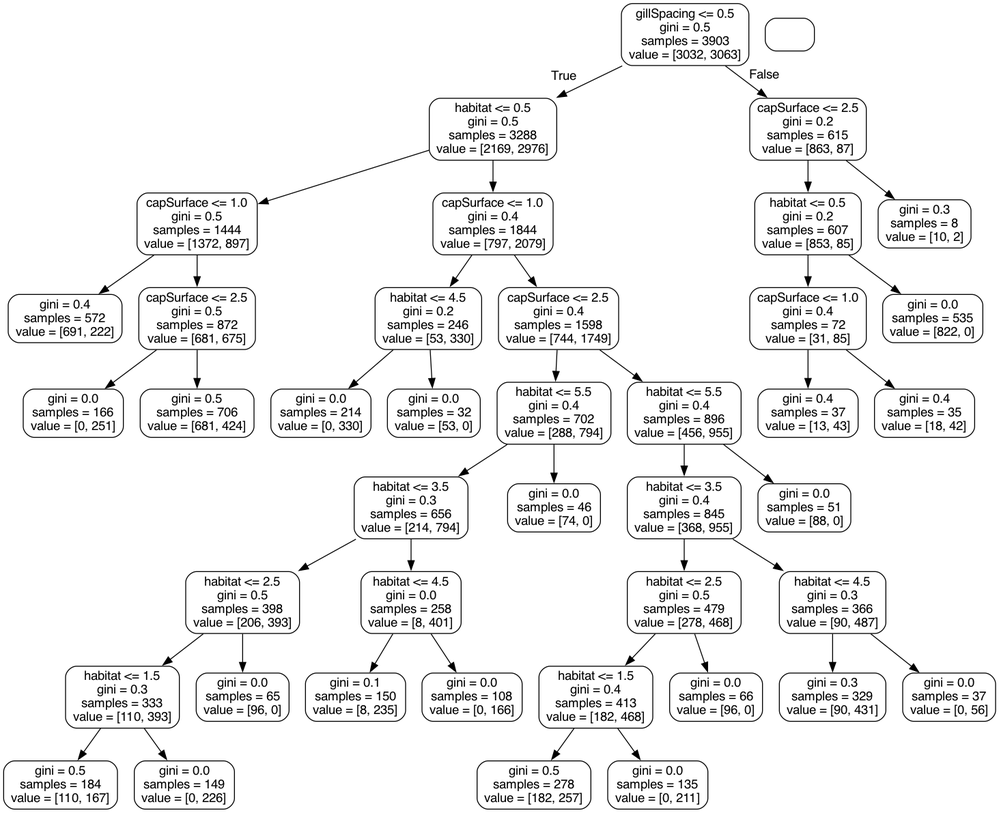
williamhenderson02/ML-Coursework-2022 keeps this Graphviz diagram as Images/tree.png. Above is the earlier version. Its source is kept beside it as tree.dot.
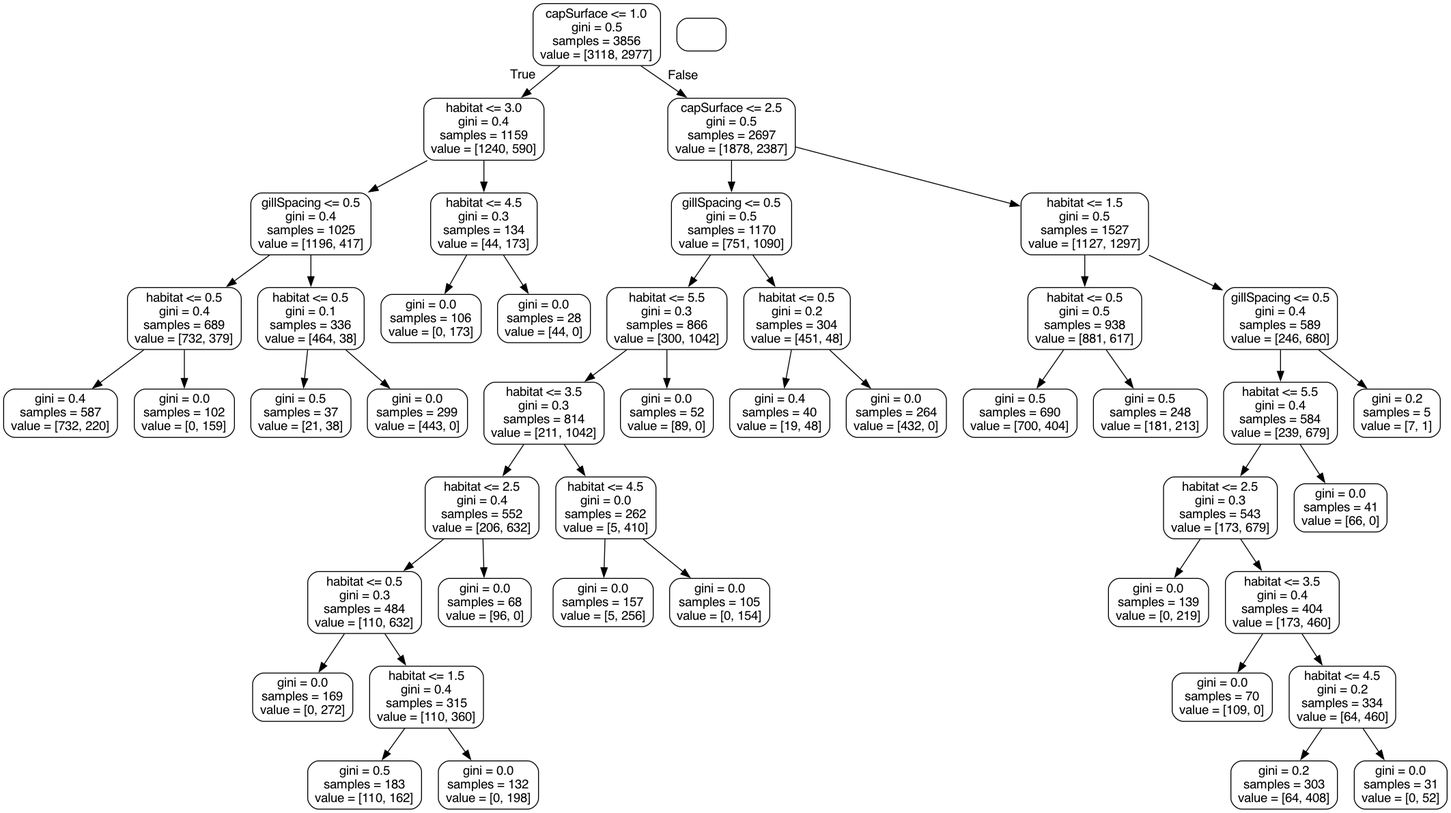
After the commit.

Change to the diagram source:
```diff
@@ -1,85 +1,93 @@
 digraph Tree {
 node [shape=box, style="rounded", color="black", fontname="helvetica"] ;
 edge [fontname="helvetica"] ;
-0 [label="gillSpacing <= 0.5\ngini = 0.5\nsamples = 3903\nvalue = [3032, 3063]"] ;
-1 [label="habitat <= 0.5\ngini = 0.5\nsamples = 3288\nvalue = [2169, 2976]"] ;
+0 [label="capSurface <= 1.0\ngini = 0.5\nsamples = 3856\nvalue = [3118, 2977]"] ;
+1 [label="habitat <= 3.0\ngini = 0.4\nsamples = 1159\nvalue = [1240, 590]"] ;
 0 -> 1 [labeldistance=2.5, labelangle=45, headlabel="True"] ;
-2 [label="capSurface <= 1.0\ngini = 0.5\nsamples = 1444\nvalue = [1372, 897]"] ;
+2 [label="gillSpacing <= 0.5\ngini = 0.4\nsamples = 1025\nvalue = [1196, 417]"] ;
 1 -> 2 ;
-3 [label="gini = 0.4\nsamples = 572\nvalue = [691, 222]"] ;
+3 [label="habitat <= 0.5\ngini = 0.4\nsamples = 689\nvalue = [732, 379]"] ;
 2 -> 3 ;
-4 [label="capSurface <= 2.5\ngini = 0.5\nsamples = 872\nvalue = [681, 675]"] ;
-2 -> 4 ;
-5 [label="gini = 0.0\nsamples = 166\nvalue = [0, 251]"] ;
-4 -> 5 ;
-6 [label="gini = 0.5\nsamples = 706\nvalue = [681, 424]"] ;
-4 -> 6 ;
-7 [label="capSurface <= 1.0\ngini = 0.4\nsamples = 1844\nvalue = [797, 2079]"] ;
-1 -> 7 ;
-8 [label="habitat <= 4.5\ngini = 0.2\nsamples = 246\nvalue = [53, 330]"] ;
-7 -> 8 ;
-9 [label="gini = 0.0\nsamples = 214\nvalue = [0, 330]"] ;
-8 -> 9 ;
-10 [label="gini = 0.0\nsamples = 32\nvalue = [53, 0]"] ;
-8 -> 10 ;
-11 [label="capSurface <= 2.5\ngini = 0.4\nsamples = 1598\nvalue = [744, 1749]"] ;
-7 -> 11 ;
-12 [label="habitat <= 5.5\ngini = 0.4\nsamples = 702\nvalue = [288, 794]"] ;
-11 -> 12 ;
-13 [label="habitat <= 3.5\ngini = 0.3\nsamples = 656\nvalue = [214, 794]"] ;
+4 [label="gini = 0.4\nsamples = 587\nvalue = [732, 220]"] ;
+3 -> 4 ;
+5 [label="gini = 0.0\nsamples = 102\nvalue = [0, 159]"] ;
+3 -> 5 ;
+6 [label="habitat <= 0.5\ngini = 0.1\nsamples = 336\nvalue = [464, 38]"] ;
+2 -> 6 ;
+7 [label="gini = 0.5\nsamples = 37\nvalue = [21, 38]"] ;
+6 -> 7 ;
+8 [label="gini = 0.0\nsamples = 299\nvalue = [443, 0]"] ;
+6 -> 8 ;
+9 [label="habitat <= 4.5\ngini = 0.3\nsamples = 134\nvalue = [44, 173]"] ;
+1 -> 9 ;
+10 [label="gini = 0.0\nsamples = 106\nvalue = [0, 173]"] ;
+9 -> 10 ;
+11 [label="gini = 0.0\nsamples = 28\nvalue = [44, 0]"] ;
+9 -> 11 ;
+12 [label="capSurface <= 2.5\ngini = 0.5\nsamples = 2697\nvalue = [1878, 2387]"] ;
+0 -> 12 [labeldistance=2.5, labelangle=-45, headlabel="False"] ;
+13 [label="gillSpacing <= 0.5\ngini = 0.5\nsamples = 1170\nvalue = [751, 1090]"] ;
 12 -> 13 ;
-14 [label="habitat <= 2.5\ngini = 0.5\nsamples = 398\nvalue = [206, 393]"] ;
+14 [label="habitat <= 5.5\ngini = 0.3\nsamples = 866\nvalue = [300, 1042]"] ;
 13 -> 14 ;
-15 [label="habitat <= 1.5\ngini = 0.3\nsamples = 333\nvalue = [110, 393]"] ;
+15 [label="habitat <= 3.5\ngini = 0.3\nsamples = 814\nvalue = [211, 1042]"] ;
 14 -> 15 ;
-16 [label="gini = 0.5\nsamples = 184\nvalue = [110, 167]"] ;
+16 [label="habitat <= 2.5\ngini = 0.4\nsamples = 552\nvalue = [206, 632]"] ;
 15 -> 16 ;
-17 [label="gini = 0.0\nsamples = 149\nvalue = [0, 226]"] ;
-15 -> 17 ;
-18 [label="gini = 0.0\nsamples = 65\nvalue = [96, 0]"] ;
-14 -> 18 ;
-19 [label="habitat <= 4.5\ngini = 0.0\nsamples = 258\nvalue = [8, 401]"] ;
-13 -> 19 ;
-20 [label="gini = 0.1\nsamples = 150\nvalue = [8, 235]"] ;
+17 [label="habitat <= 0.5\ngini = 0.3\nsamples = 484\nvalue = [110, 632]"] ;
+16 -> 17 ;
+18 [label="gini = 0.0\nsamples = 169\nvalue = [0, 272]"] ;
+17 -> 18 ;
+19 [label="habitat <= 1.5\ngini = 0.4\nsamples = 315\nvalue = [110, 360]"] ;
+17 -> 19 ;
+20 [label="gini = 0.5\nsamples = 183\nvalue = [110, 162]"] ;
 19 -> 20 ;
-21 [label="gini = 0.0\nsamples = 108\nvalue = [0, 166]"] ;
+21 [label="gini = 0.0\nsamples = 132\nvalue = [0, 198]"] ;
 19 -> 21 ;
-22 [label="gini = 0.0\nsamples = 46\nvalue = [74, 0]"] ;
-12 -> 22 ;
-23 [label="habitat <= 5.5\ngini = 0.4\nsamples = 896\nvalue = [456, 955]"] ;
-11 -> 23 ;
-24 [label="habitat <= 3.5\ngini = 0.4\nsamples = 845\nvalue = [368, 955]"] ;
+22 [label="gini = 0.0\nsamples = 68\nvalue = [96, 0]"] ;
+16 -> 22 ;
+23 [label="habitat <= 4.5\ngini = 0.0\nsamples = 262\nvalue = [5, 410]"] ;
+15 -> 23 ;
+24 [label="gini = 0.0\nsamples = 157\nvalue = [5, 256]"] ;
 23 -> 24 ;
-25 [label="habitat <= 2.5\ngini = 0.5\nsamples = 479\nvalue = [278, 468]"] ;
-24 -> 25 ;
-26 [label="habitat <= 1.5\ngini = 0.4\nsamples = 413\nvalue = [182, 468]"] ;
-25 -> 26 ;
-27 [label="gini = 0.5\nsamples = 278\nvalue = [182, 257]"] ;
-26 -> 27 ;
-28 [label="gini = 0.0\nsamples = 135\nvalue = [0, 211]"] ;
-26 -> 28 ;
-29 [label="gini = 0.0\nsamples = 66\nvalue = [96, 0]"] ;
-25 -> 29 ;
-30 [label="habitat <= 4.5\ngini = 0.3\nsamples = 366\nvalue = [90, 487]"] ;
-24 -> 30 ;
-31 [label="gini = 0.3\nsamples = 329\nvalue = [90, 431]"] ;
+25 [label="gini = 0.0\nsamples = 105\nvalue = [0, 154]"] ;
+23 -> 25 ;
+26 [label="gini = 0.0\nsamples = 52\nvalue = [89, 0]"] ;
+14 -> 26 ;
+27 [label="habitat <= 0.5\ngini = 0.2\nsamples = 304\nvalue = [451, 48]"] ;
+13 -> 27 ;
+28 [label="gini = 0.4\nsamples = 40\nvalue = [19, 48]"] ;
+27 -> 28 ;
+29 [label="gini = 0.0\nsamples = 264\nvalue = [432, 0]"] ;
+27 -> 29 ;
+30 [label="habitat <= 1.5\ngini = 0.5\nsamples = 1527\nvalue = [1127, 1297]"] ;
+12 -> 30 ;
+31 [label="habitat <= 0.5\ngini = 0.5\nsamples = 938\nvalue = [881, 617]"] ;
 30 -> 31 ;
-32 [label="gini = 0.0\nsamples = 37\nvalue = [0, 56]"] ;
-30 -> 32 ;
-33 [label="gini = 0.0\nsamples = 51\nvalue = [88, 0]"] ;
-23 -> 33 ;
-34 [label="capSurface <= 2.5\ngini = 0.2\nsamples = 615\nvalue = [863, 87]"] ;
-0 -> 34 [labeldistance=2.5, labelangle=-45, headlabel="False"] ;
-35 [label="habitat <= 0.5\ngini = 0.2\nsamples = 607\nvalue = [853, 85]"] ;
+32 [label="gini = 0.5\nsamples = 690\nvalue = [700, 404]"] ;
+31 -> 32 ;
+33 [label="gini = 0.5\nsamples = 248\nvalue = [181, 213]"] ;
+31 -> 33 ;
+34 [label="gillSpacing <= 0.5\ngini = 0.4\nsamples = 589\nvalue = [246, 680]"] ;
+30 -> 34 ;
+35 [label="habitat <= 5.5\ngini = 0.4\nsamples = 584\nvalue = [239, 679]"] ;
 34 -> 35 ;
-36 [label="capSurface <= 1.0\ngini = 0.4\nsamples = 72\nvalue = [31, 85]"] ;
+36 [label="habitat <= 2.5\ngini = 0.3\nsamples = 543\nvalue = [173, 679]"] ;
 35 -> 36 ;
-37 [label="gini = 0.4\nsamples = 37\nvalue = [13, 43]"] ;
+37 [label="gini = 0.0\nsamples = 139\nvalue = [0, 219]"] ;
 36 -> 37 ;
-38 [label="gini = 0.4\nsamples = 35\nvalue = [18, 42]"] ;
+38 [label="habitat <= 3.5\ngini = 0.4\nsamples = 404\nvalue = [173, 460]"] ;
 36 -> 38 ;
-39 [label="gini = 0.0\nsamples = 535\nvalue = [822, 0]"] ;
-35 -> 39 ;
-40 [label="gini = 0.3\nsamples = 8\nvalue = [10, 2]"] ;
-34 -> 40 ;
+39 [label="gini = 0.0\nsamples = 70\nvalue = [109, 0]"] ;
+38 -> 39 ;
+40 [label="habitat <= 4.5\ngini = 0.2\nsamples = 334\nvalue = [64, 460]"] ;
+38 -> 40 ;
+41 [label="gini = 0.2\nsamples = 303\nvalue = [64, 408]"] ;
+40 -> 41 ;
+42 [label="gini = 0.0\nsamples = 31\nvalue = [0, 52]"] ;
+40 -> 42 ;
+43 [label="gini = 0.0\nsamples = 41\nvalue = [66, 0]"] ;
+35 -> 43 ;
+44 [label="gini = 0.2\nsamples = 5\nvalue = [7, 1]"] ;
+34 -> 44 ;
 }
```
